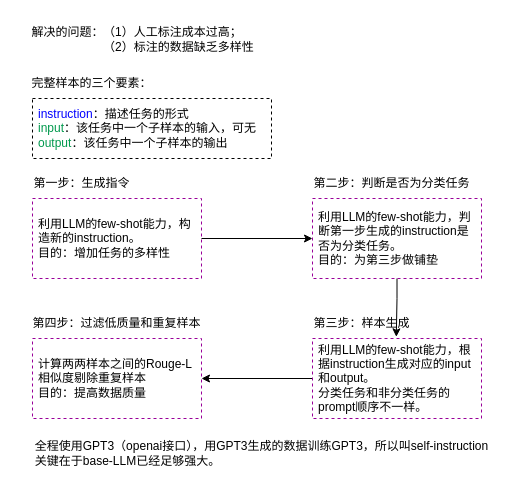
Before: page "self-instruuction" (3 of 3) of Other_img/客观环境LLM建设图.drawio in cheungwoonming/picx-images-hosting, a draw.io diagram. Source tidied: cells renumbered, new cells numbered last; positions are measured from the earlier drawing's top-left corner, leaving out a move shared by most shapes. Both pictures are drawn from the tidied source at 100%, with x=0, y=0 at pixel (17, 17).
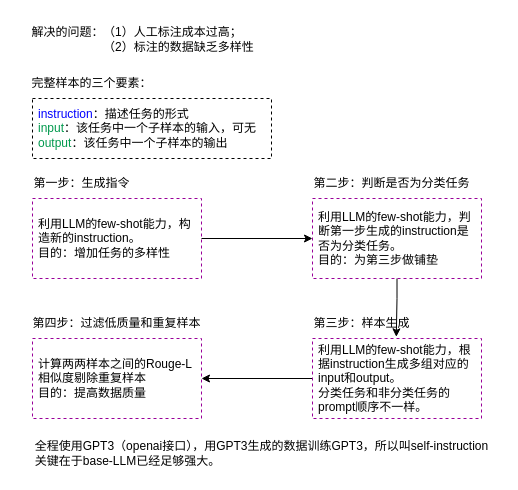
Above is the later version.

What changed in the source:
```diff
@@
 <mxGraphModel>
   <root>
     <mxCell id="0" />
     <mxCell id="1" parent="0" />
     <mxCell id="2" value="（1）人工标注成本过高；&lt;br&gt;（2）标注的数据缺乏多样性" style="text;html=1;align=left;verticalAlign=middle;strokeColor=none;fillColor=none;dashed=1;" parent="1" vertex="1">
       <mxGeometry x="84" y="2" width="170" height="40" as="geometry" />
     </mxCell>
     <mxCell id="3" value="&lt;font color=&quot;#0000ff&quot;&gt;instruction&lt;/font&gt;：描述任务的形式&lt;br&gt;&lt;font color=&quot;#00994d&quot;&gt;input&lt;/font&gt;：该任务中一个子样本的输入，可无&lt;br&gt;&lt;font color=&quot;#00994d&quot;&gt;output&lt;/font&gt;：该任务中一个子样本的输出" style="rounded=0;whiteSpace=wrap;html=1;align=left;fillColor=none;dashed=1;spacing=6;" parent="1" vertex="1">
       <mxGeometry x="15" y="81" width="239" height="60" as="geometry" />
     </mxCell>
     <mxCell id="4" value="解决的问题：" style="text;html=1;align=center;verticalAlign=middle;strokeColor=none;fillColor=none;" parent="1" vertex="1">
       <mxGeometry width="100" height="30" as="geometry" />
     </mxCell>
     <mxCell id="5" value="完整样本的三个要素：" style="text;html=1;align=center;verticalAlign=middle;strokeColor=none;fillColor=none;" parent="1" vertex="1">
       <mxGeometry x="4" y="51" width="140" height="30" as="geometry" />
     </mxCell>
     <mxCell id="6" style="edgeStyle=orthogonalEdgeStyle;rounded=0;jettySize=auto;html=1;entryX=0;entryY=0.5;entryDx=0;entryDy=0;" parent="1" edge="1" source="7" target="10">
       <mxGeometry relative="1" as="geometry" />
     </mxCell>
     <mxCell id="7" value="利用LLM的few-shot能力，构造新的instruction。&lt;br&gt;目的：增加任务的多样性" style="rounded=0;whiteSpace=wrap;html=1;fillColor=none;dashed=1;strokeColor=#990099;align=left;spacing=6;" parent="1" vertex="1">
       <mxGeometry x="15" y="181" width="169" height="80" as="geometry" />
     </mxCell>
     <mxCell id="8" value="第一步：生成指令" style="text;html=1;align=center;verticalAlign=middle;strokeColor=none;fillColor=none;" parent="1" vertex="1">
       <mxGeometry x="4" y="151" width="120" height="30" as="geometry" />
     </mxCell>
     <mxCell id="9" style="edgeStyle=orthogonalEdgeStyle;rounded=0;jettySize=auto;html=1;entryX=0.79;entryY=0.944;entryDx=0;entryDy=0;entryPerimeter=0;" parent="1" edge="1" source="10" target="14">
       <mxGeometry relative="1" as="geometry" />
     </mxCell>
     <mxCell id="10" value="利用LLM的few-shot能力，判断第一步生成的instruction是否为分类任务。&lt;br&gt;目的：为第三步做铺垫" style="rounded=0;whiteSpace=wrap;html=1;fillColor=none;dashed=1;strokeColor=#990099;align=left;spacing=6;" parent="1" vertex="1">
       <mxGeometry x="295" y="181" width="169" height="80" as="geometry" />
     </mxCell>
     <mxCell id="11" value="第二步：判断是否为分类任务" style="text;html=1;align=center;verticalAlign=middle;strokeColor=none;fillColor=none;" parent="1" vertex="1">
       <mxGeometry x="284" y="151" width="180" height="30" as="geometry" />
     </mxCell>
     <mxCell id="12" style="edgeStyle=orthogonalEdgeStyle;rounded=0;jettySize=auto;html=1;entryX=1;entryY=0.5;entryDx=0;entryDy=0;" parent="1" edge="1" source="13" target="15">
       <mxGeometry relative="1" as="geometry" />
     </mxCell>
-    <mxCell id="13" value="利用LLM的few-shot能力，根据instruction生成对应的input和output。&lt;br&gt;分类任务和非分类任务的prompt顺序不一样。" style="rounded=0;whiteSpace=wrap;html=1;fillColor=none;dashed=1;strokeColor=#990099;align=left;spacing=6;" parent="1" vertex="1">
+    <mxCell id="13" value="利用LLM的few-shot能力，根据instruction生成多组对应的input和output。&lt;br&gt;分类任务和非分类任务的prompt顺序不一样。" style="rounded=0;whiteSpace=wrap;html=1;fillColor=none;dashed=1;strokeColor=#990099;align=left;spacing=6;" parent="1" vertex="1">
       <mxGeometry x="295" y="321" width="169" height="80" as="geometry" />
     </mxCell>
     <mxCell id="14" value="第三步：样本生成" style="text;html=1;align=center;verticalAlign=middle;points=[];strokeColor=none;fillColor=none;" parent="1" vertex="1">
       <mxGeometry x="284" y="291" width="120" height="30" as="geometry" />
     </mxCell>
     <mxCell id="15" value="计算两两样本之间的Rouge-L相似度剔除重复样本&lt;br&gt;目的：提高数据质量" style="rounded=0;whiteSpace=wrap;html=1;fillColor=none;dashed=1;strokeColor=#990099;align=left;spacing=6;" parent="1" vertex="1">
       <mxGeometry x="15" y="321" width="169" height="80" as="geometry" />
     </mxCell>
     <mxCell id="16" value="第四步：过滤低质量和重复样本" style="text;html=1;align=center;verticalAlign=middle;strokeColor=none;fillColor=none;" parent="1" vertex="1">
       <mxGeometry x="4" y="291" width="190" height="30" as="geometry" />
     </mxCell>
     <mxCell id="17" value="全程使用GPT3（openai接口），用GPT3生成的数据训练GPT3，所以叫self-instruction&lt;br&gt;&lt;div style=&quot;text-align: left;&quot;&gt;&lt;span style=&quot;background-color: initial;&quot;&gt;关键在于base-LLM已经足够强大。&lt;/span&gt;&lt;/div&gt;" style="text;html=1;align=center;verticalAlign=middle;strokeColor=none;fillColor=none;" parent="1" vertex="1">
       <mxGeometry x="4" y="416" width="480" height="40" as="geometry" />
     </mxCell>
   </root>
 </mxGraphModel>
```
